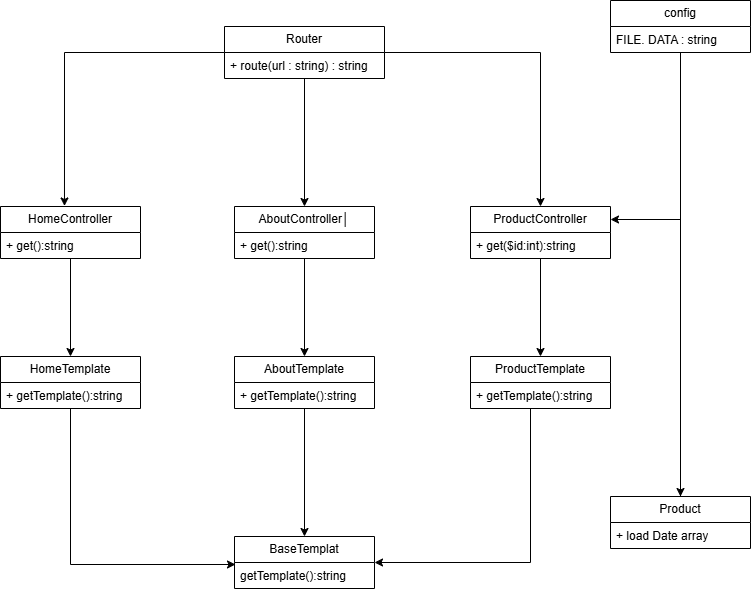
Grim57/pizza231 keeps this draw.io diagram as Storage/diograma.drawio.png. Above is the earlier version. Source tidied: cells renumbered, new cells last; positions are measured from the earlier drawing's top-left corner, leaving out a move shared by most shapes.
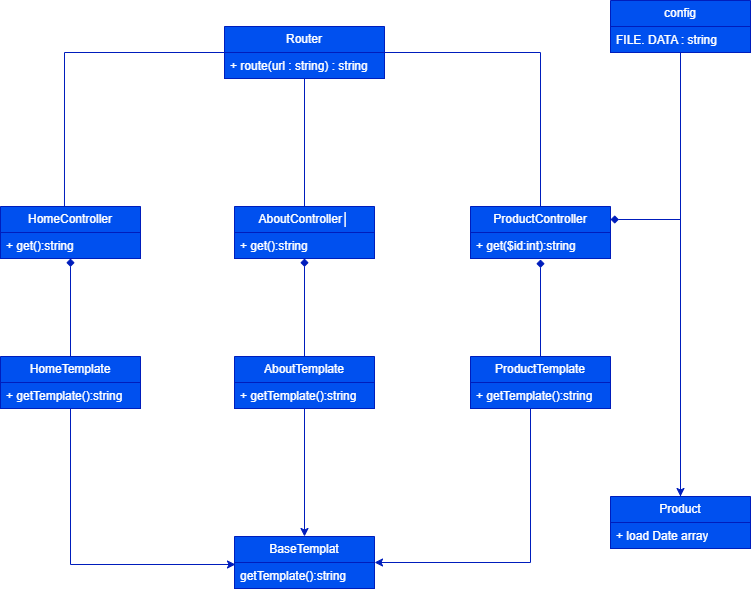
After the commit.

Commit message:
Диаграмма основных классов

Change to the diagram source:
```diff
@@ -2,106 +2,106 @@
   <root>
     <mxCell id="0" />
     <mxCell id="1" parent="0" />
-    <mxCell id="2" style="edgeStyle=orthogonalEdgeStyle;rounded=0;jettySize=auto;html=1;entryX=0.5;entryY=0;entryDx=0;entryDy=0;" parent="1" edge="1" source="4" target="7">
+    <mxCell id="2" style="edgeStyle=orthogonalEdgeStyle;rounded=0;jettySize=auto;html=1;entryX=0.5;entryY=0;entryDx=0;entryDy=0;endArrow=none;endFill=0;labelBackgroundColor=none;fontColor=default;fillColor=#0050ef;strokeColor=#001DBC;" parent="1" edge="1" source="4" target="7">
       <mxGeometry relative="1" as="geometry" />
     </mxCell>
-    <mxCell id="3" style="edgeStyle=orthogonalEdgeStyle;rounded=0;jettySize=auto;html=1;entryX=0.5;entryY=0;entryDx=0;entryDy=0;" parent="1" edge="1" source="4" target="15">
+    <mxCell id="3" style="edgeStyle=orthogonalEdgeStyle;rounded=0;jettySize=auto;html=1;entryX=0.5;entryY=0;entryDx=0;entryDy=0;endArrow=none;endFill=0;labelBackgroundColor=none;fontColor=default;fillColor=#0050ef;strokeColor=#001DBC;" parent="1" edge="1" source="4" target="15">
       <mxGeometry relative="1" as="geometry" />
     </mxCell>
-    <mxCell id="4" value="Router" style="swimlane;fontStyle=0;horizontal=1;startSize=26;fillColor=none;whiteSpace=wrap;html=1;" parent="1" vertex="1">
+    <mxCell id="4" value="Router" style="swimlane;fontStyle=0;horizontal=1;startSize=26;whiteSpace=wrap;html=1;labelBackgroundColor=none;fillColor=#0050ef;strokeColor=#001DBC;fontColor=#ffffff;" parent="1" vertex="1">
       <mxGeometry x="224" y="26" width="160" height="52" as="geometry" />
     </mxCell>
-    <mxCell id="5" value="+ route(url : string) : string" style="text;strokeColor=none;fillColor=none;align=left;verticalAlign=top;spacingLeft=4;spacingRight=4;overflow=hidden;whiteSpace=wrap;html=1;" parent="4" vertex="1">
+    <mxCell id="5" value="+ route(url : string) : string" style="text;align=left;verticalAlign=top;spacingLeft=4;spacingRight=4;overflow=hidden;whiteSpace=wrap;html=1;labelBackgroundColor=none;fillColor=#0050ef;strokeColor=#001DBC;fontColor=#ffffff;" parent="4" vertex="1">
       <mxGeometry y="26" width="160" height="26" as="geometry" />
     </mxCell>
-    <mxCell id="6" style="edgeStyle=orthogonalEdgeStyle;rounded=0;jettySize=auto;html=1;entryX=0.5;entryY=0;entryDx=0;entryDy=0;" parent="1" edge="1" source="7" target="28">
-      <mxGeometry relative="1" as="geometry" />
-    </mxCell>
-    <mxCell id="7" value="AboutController│" style="swimlane;fontStyle=0;horizontal=1;startSize=26;fillColor=none;whiteSpace=wrap;html=1;" parent="1" vertex="1">
+    <mxCell id="7" value="AboutController│" style="swimlane;fontStyle=0;horizontal=1;startSize=26;whiteSpace=wrap;html=1;labelBackgroundColor=none;fillColor=#0050ef;strokeColor=#001DBC;fontColor=#ffffff;" parent="1" vertex="1">
       <mxGeometry x="234" y="206" width="140" height="52" as="geometry" />
     </mxCell>
-    <mxCell id="8" value="+&amp;nbsp;get():string" style="text;strokeColor=none;fillColor=none;align=left;verticalAlign=top;spacingLeft=4;spacingRight=4;overflow=hidden;whiteSpace=wrap;html=1;" parent="7" vertex="1">
+    <mxCell id="8" value="+&amp;nbsp;get():string" style="text;align=left;verticalAlign=top;spacingLeft=4;spacingRight=4;overflow=hidden;whiteSpace=wrap;html=1;labelBackgroundColor=none;fillColor=#0050ef;strokeColor=#001DBC;fontColor=#ffffff;" parent="7" vertex="1">
       <mxGeometry y="26" width="140" height="26" as="geometry" />
     </mxCell>
-    <mxCell id="9" style="edgeStyle=orthogonalEdgeStyle;rounded=0;jettySize=auto;html=1;entryX=0.5;entryY=0;entryDx=0;entryDy=0;" parent="1" edge="1" source="10" target="12">
-      <mxGeometry relative="1" as="geometry" />
-    </mxCell>
-    <mxCell id="10" value="HomeController" style="swimlane;fontStyle=0;horizontal=1;startSize=26;fillColor=none;whiteSpace=wrap;html=1;" parent="1" vertex="1">
+    <mxCell id="10" value="HomeController" style="swimlane;fontStyle=0;horizontal=1;startSize=26;whiteSpace=wrap;html=1;labelBackgroundColor=none;fillColor=#0050ef;strokeColor=#001DBC;fontColor=#ffffff;" parent="1" vertex="1">
       <mxGeometry y="206" width="140" height="52" as="geometry" />
     </mxCell>
-    <mxCell id="11" value="+&amp;nbsp;get():string" style="text;strokeColor=none;fillColor=none;align=left;verticalAlign=top;spacingLeft=4;spacingRight=4;overflow=hidden;points=[[0,0.5],[1,0.5]];portConstraint=eastwest;whiteSpace=wrap;html=1;" parent="10" vertex="1">
+    <mxCell id="11" value="+&amp;nbsp;get():string" style="text;align=left;verticalAlign=top;spacingLeft=4;spacingRight=4;overflow=hidden;points=[[0,0.5],[1,0.5]];portConstraint=eastwest;whiteSpace=wrap;html=1;labelBackgroundColor=none;fillColor=#0050ef;strokeColor=#001DBC;fontColor=#ffffff;" parent="10" vertex="1">
       <mxGeometry y="26" width="140" height="26" as="geometry" />
     </mxCell>
-    <mxCell id="12" value="HomeTemplate" style="swimlane;fontStyle=0;horizontal=1;startSize=26;fillColor=none;whiteSpace=wrap;html=1;" parent="1" vertex="1">
+    <mxCell id="12" value="HomeTemplate" style="swimlane;fontStyle=0;horizontal=1;startSize=26;whiteSpace=wrap;html=1;labelBackgroundColor=none;fillColor=#0050ef;strokeColor=#001DBC;fontColor=#ffffff;" parent="1" vertex="1">
       <mxGeometry y="356" width="140" height="52" as="geometry" />
     </mxCell>
-    <mxCell id="13" value="+ getTemplate():string" style="text;strokeColor=none;fillColor=none;align=left;verticalAlign=top;spacingLeft=4;spacingRight=4;overflow=hidden;whiteSpace=wrap;html=1;" parent="12" vertex="1">
+    <mxCell id="13" value="+ getTemplate():string" style="text;align=left;verticalAlign=top;spacingLeft=4;spacingRight=4;overflow=hidden;whiteSpace=wrap;html=1;labelBackgroundColor=none;fillColor=#0050ef;strokeColor=#001DBC;fontColor=#ffffff;" parent="12" vertex="1">
       <mxGeometry y="26" width="140" height="26" as="geometry" />
     </mxCell>
-    <mxCell id="14" style="edgeStyle=orthogonalEdgeStyle;rounded=0;jettySize=auto;html=1;entryX=0.5;entryY=0;entryDx=0;entryDy=0;" parent="1" edge="1" source="15" target="31">
-      <mxGeometry relative="1" as="geometry" />
-    </mxCell>
-    <mxCell id="15" value="ProductController" style="swimlane;fontStyle=0;horizontal=1;startSize=26;fillColor=none;whiteSpace=wrap;html=1;" parent="1" vertex="1">
+    <mxCell id="15" value="ProductController" style="swimlane;fontStyle=0;horizontal=1;startSize=26;whiteSpace=wrap;html=1;labelBackgroundColor=none;fillColor=#0050ef;strokeColor=#001DBC;fontColor=#ffffff;" parent="1" vertex="1">
       <mxGeometry x="470" y="206" width="140" height="52" as="geometry" />
     </mxCell>
-    <mxCell id="16" value="+ get($id:int):string" style="text;strokeColor=none;fillColor=none;align=left;verticalAlign=top;spacingLeft=4;spacingRight=4;overflow=hidden;points=[[0,0.5],[1,0.5]];portConstraint=eastwest;whiteSpace=wrap;html=1;" parent="15" vertex="1">
+    <mxCell id="16" value="+ get($id:int):string" style="text;align=left;verticalAlign=top;spacingLeft=4;spacingRight=4;overflow=hidden;points=[[0,0.5],[1,0.5]];portConstraint=eastwest;whiteSpace=wrap;html=1;labelBackgroundColor=none;fillColor=#0050ef;strokeColor=#001DBC;fontColor=#ffffff;" parent="15" vertex="1">
       <mxGeometry y="26" width="140" height="26" as="geometry" />
     </mxCell>
-    <mxCell id="17" style="edgeStyle=orthogonalEdgeStyle;rounded=0;jettySize=auto;html=1;entryX=0.457;entryY=-0.01;entryDx=0;entryDy=0;entryPerimeter=0;" parent="1" edge="1" source="4" target="10">
+    <mxCell id="17" style="edgeStyle=orthogonalEdgeStyle;rounded=0;jettySize=auto;html=1;entryX=0.457;entryY=-0.01;entryDx=0;entryDy=0;entryPerimeter=0;endArrow=none;endFill=0;labelBackgroundColor=none;fontColor=default;fillColor=#0050ef;strokeColor=#001DBC;" parent="1" edge="1" source="4" target="10">
       <mxGeometry relative="1" as="geometry" />
     </mxCell>
-    <mxCell id="18" value="BaseTemplat" style="swimlane;fontStyle=0;horizontal=1;startSize=26;fillColor=none;whiteSpace=wrap;html=1;" parent="1" vertex="1">
+    <mxCell id="18" value="BaseTemplat" style="swimlane;fontStyle=0;horizontal=1;startSize=26;whiteSpace=wrap;html=1;labelBackgroundColor=none;fillColor=#0050ef;strokeColor=#001DBC;fontColor=#ffffff;" parent="1" vertex="1">
       <mxGeometry x="234" y="536" width="140" height="52" as="geometry" />
     </mxCell>
-    <mxCell id="19" value="getTemplate():string" style="text;strokeColor=none;fillColor=none;align=left;verticalAlign=top;spacingLeft=4;spacingRight=4;overflow=hidden;points=[[0,0.5],[1,0.5]];portConstraint=eastwest;whiteSpace=wrap;html=1;" parent="18" vertex="1">
+    <mxCell id="19" value="getTemplate():string" style="text;align=left;verticalAlign=top;spacingLeft=4;spacingRight=4;overflow=hidden;points=[[0,0.5],[1,0.5]];portConstraint=eastwest;whiteSpace=wrap;html=1;labelBackgroundColor=none;fillColor=#0050ef;strokeColor=#001DBC;fontColor=#ffffff;" parent="18" vertex="1">
       <mxGeometry y="26" width="140" height="26" as="geometry" />
     </mxCell>
-    <mxCell id="20" style="edgeStyle=orthogonalEdgeStyle;rounded=0;jettySize=auto;html=1;entryX=0.007;entryY=0.077;entryDx=0;entryDy=0;entryPerimeter=0;" parent="1" edge="1" source="12" target="19">
+    <mxCell id="20" style="edgeStyle=orthogonalEdgeStyle;rounded=0;jettySize=auto;html=1;entryX=0.007;entryY=0.077;entryDx=0;entryDy=0;entryPerimeter=0;labelBackgroundColor=none;fontColor=default;fillColor=#0050ef;strokeColor=#001DBC;" parent="1" edge="1" source="12" target="19">
       <mxGeometry relative="1" as="geometry" />
     </mxCell>
-    <mxCell id="21" style="edgeStyle=orthogonalEdgeStyle;rounded=0;jettySize=auto;html=1;entryX=0.5;entryY=0;entryDx=0;entryDy=0;" parent="1" edge="1" source="22" target="25">
+    <mxCell id="21" style="edgeStyle=orthogonalEdgeStyle;rounded=0;jettySize=auto;html=1;entryX=0.5;entryY=0;entryDx=0;entryDy=0;labelBackgroundColor=none;fontColor=default;fillColor=#0050ef;strokeColor=#001DBC;" parent="1" edge="1" source="22" target="25">
       <mxGeometry relative="1" as="geometry" />
     </mxCell>
-    <mxCell id="22" value="config" style="swimlane;fontStyle=0;horizontal=1;startSize=26;fillColor=none;whiteSpace=wrap;html=1;" parent="1" vertex="1">
+    <mxCell id="22" value="config" style="swimlane;fontStyle=0;horizontal=1;startSize=26;whiteSpace=wrap;html=1;labelBackgroundColor=none;fillColor=#0050ef;strokeColor=#001DBC;fontColor=#ffffff;" parent="1" vertex="1">
       <mxGeometry x="610" width="140" height="52" as="geometry" />
     </mxCell>
-    <mxCell id="23" value="FILE. DATA : string" style="text;strokeColor=none;fillColor=none;align=left;verticalAlign=top;spacingLeft=4;spacingRight=4;overflow=hidden;whiteSpace=wrap;html=1;" parent="22" vertex="1">
+    <mxCell id="23" value="FILE. DATA : string" style="text;align=left;verticalAlign=top;spacingLeft=4;spacingRight=4;overflow=hidden;whiteSpace=wrap;html=1;labelBackgroundColor=none;fillColor=#0050ef;strokeColor=#001DBC;fontColor=#ffffff;" parent="22" vertex="1">
       <mxGeometry y="26" width="140" height="26" as="geometry" />
     </mxCell>
-    <mxCell id="24" style="edgeStyle=orthogonalEdgeStyle;rounded=0;jettySize=auto;html=1;entryX=1;entryY=0.25;entryDx=0;entryDy=0;" parent="1" edge="1" source="25" target="15">
+    <mxCell id="24" style="edgeStyle=orthogonalEdgeStyle;rounded=0;jettySize=auto;html=1;entryX=1;entryY=0.25;entryDx=0;entryDy=0;endArrow=diamond;endFill=1;labelBackgroundColor=none;fontColor=default;fillColor=#0050ef;strokeColor=#001DBC;" parent="1" edge="1" source="25" target="15">
       <mxGeometry relative="1" as="geometry">
         <Array as="points">
           <mxPoint x="680" y="219" />
         </Array>
       </mxGeometry>
     </mxCell>
-    <mxCell id="25" value="Product" style="swimlane;fontStyle=0;horizontal=1;startSize=26;fillColor=none;whiteSpace=wrap;html=1;" parent="1" vertex="1">
+    <mxCell id="25" value="Product" style="swimlane;fontStyle=0;horizontal=1;startSize=26;whiteSpace=wrap;html=1;labelBackgroundColor=none;fillColor=#0050ef;strokeColor=#001DBC;fontColor=#ffffff;" parent="1" vertex="1">
       <mxGeometry x="610" y="496" width="140" height="52" as="geometry" />
     </mxCell>
-    <mxCell id="26" value="+ load Date array" style="text;strokeColor=none;fillColor=none;align=left;verticalAlign=top;spacingLeft=4;spacingRight=4;overflow=hidden;whiteSpace=wrap;html=1;" parent="25" vertex="1">
+    <mxCell id="26" value="+ load Date array" style="text;align=left;verticalAlign=top;spacingLeft=4;spacingRight=4;overflow=hidden;whiteSpace=wrap;html=1;labelBackgroundColor=none;fillColor=#0050ef;strokeColor=#001DBC;fontColor=#ffffff;" parent="25" vertex="1">
       <mxGeometry y="26" width="140" height="26" as="geometry" />
     </mxCell>
-    <mxCell id="27" style="edgeStyle=orthogonalEdgeStyle;rounded=0;jettySize=auto;html=1;" parent="1" edge="1" source="28" target="18">
+    <mxCell id="27" style="edgeStyle=orthogonalEdgeStyle;rounded=0;jettySize=auto;html=1;labelBackgroundColor=none;fontColor=default;fillColor=#0050ef;strokeColor=#001DBC;" parent="1" edge="1" source="28" target="18">
       <mxGeometry relative="1" as="geometry" />
     </mxCell>
+    <mxCell id="33" style="edgeStyle=orthogonalEdgeStyle;rounded=0;jettySize=auto;html=1;endArrow=diamond;endFill=1;labelBackgroundColor=none;fontColor=default;fillColor=#0050ef;strokeColor=#001DBC;" parent="1" edge="1" source="28" target="7">
+      <mxGeometry relative="1" as="geometry" />
+    </mxCell>
-    <mxCell id="28" value="AboutTemplate" style="swimlane;fontStyle=0;horizontal=1;startSize=26;fillColor=none;whiteSpace=wrap;html=1;" parent="1" vertex="1">
+    <mxCell id="28" value="AboutTemplate" style="swimlane;fontStyle=0;horizontal=1;startSize=26;whiteSpace=wrap;html=1;labelBackgroundColor=none;fillColor=#0050ef;strokeColor=#001DBC;fontColor=#ffffff;" parent="1" vertex="1">
       <mxGeometry x="234" y="356" width="140" height="52" as="geometry" />
     </mxCell>
-    <mxCell id="29" value="+ getTemplate():string" style="text;strokeColor=none;fillColor=none;align=left;verticalAlign=top;spacingLeft=4;spacingRight=4;overflow=hidden;whiteSpace=wrap;html=1;" parent="28" vertex="1">
+    <mxCell id="29" value="+ getTemplate():string" style="text;align=left;verticalAlign=top;spacingLeft=4;spacingRight=4;overflow=hidden;whiteSpace=wrap;html=1;labelBackgroundColor=none;fillColor=#0050ef;strokeColor=#001DBC;fontColor=#ffffff;" parent="28" vertex="1">
       <mxGeometry y="26" width="140" height="26" as="geometry" />
     </mxCell>
-    <mxCell id="30" style="edgeStyle=orthogonalEdgeStyle;rounded=0;jettySize=auto;html=1;entryX=1;entryY=0.5;entryDx=0;entryDy=0;" parent="1" edge="1" source="31" target="18">
+    <mxCell id="30" style="edgeStyle=orthogonalEdgeStyle;rounded=0;jettySize=auto;html=1;entryX=1;entryY=0.5;entryDx=0;entryDy=0;labelBackgroundColor=none;fontColor=default;fillColor=#0050ef;strokeColor=#001DBC;" parent="1" edge="1" source="31" target="18">
       <mxGeometry relative="1" as="geometry">
         <Array as="points">
           <mxPoint x="530" y="562" />
         </Array>
       </mxGeometry>
     </mxCell>
-    <mxCell id="31" value="ProductTemplate" style="swimlane;fontStyle=0;horizontal=1;startSize=26;fillColor=none;whiteSpace=wrap;html=1;" parent="1" vertex="1">
+    <mxCell id="31" value="ProductTemplate" style="swimlane;fontStyle=0;horizontal=1;startSize=26;whiteSpace=wrap;html=1;labelBackgroundColor=none;fillColor=#0050ef;strokeColor=#001DBC;fontColor=#ffffff;" parent="1" vertex="1">
       <mxGeometry x="470" y="356" width="140" height="52" as="geometry" />
     </mxCell>
-    <mxCell id="32" value="+ getTemplate():string" style="text;strokeColor=none;fillColor=none;align=left;verticalAlign=top;spacingLeft=4;spacingRight=4;overflow=hidden;whiteSpace=wrap;html=1;" parent="31" vertex="1">
+    <mxCell id="32" value="+ getTemplate():string" style="text;align=left;verticalAlign=top;spacingLeft=4;spacingRight=4;overflow=hidden;whiteSpace=wrap;html=1;labelBackgroundColor=none;fillColor=#0050ef;strokeColor=#001DBC;fontColor=#ffffff;" parent="31" vertex="1">
       <mxGeometry y="26" width="140" height="26" as="geometry" />
     </mxCell>
+    <mxCell id="34" style="edgeStyle=orthogonalEdgeStyle;rounded=0;jettySize=auto;html=1;entryX=0.5;entryY=1;entryDx=0;entryDy=0;entryPerimeter=0;endArrow=diamond;endFill=1;labelBackgroundColor=none;fontColor=default;fillColor=#0050ef;strokeColor=#001DBC;" parent="1" edge="1" source="12" target="11">
+      <mxGeometry relative="1" as="geometry" />
+    </mxCell>
+    <mxCell id="35" style="edgeStyle=orthogonalEdgeStyle;rounded=0;jettySize=auto;html=1;entryX=0.5;entryY=1.038;entryDx=0;entryDy=0;entryPerimeter=0;endArrow=diamond;endFill=1;labelBackgroundColor=none;fontColor=default;fillColor=#0050ef;strokeColor=#001DBC;" parent="1" edge="1" source="31" target="16">
+      <mxGeometry relative="1" as="geometry" />
+    </mxCell>
   </root>
 </mxGraphModel>
```
